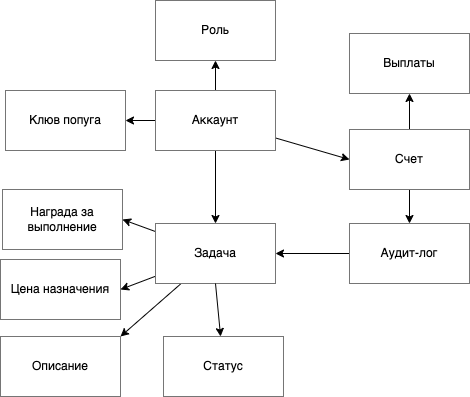
Earlier version of the draw.io export docs/data_model/diagram.png (novoseltcev/async-course). Source tidied: cells renumbered, new cells last; positions are measured from the earlier drawing's top-left corner, leaving out a move shared by most shapes.
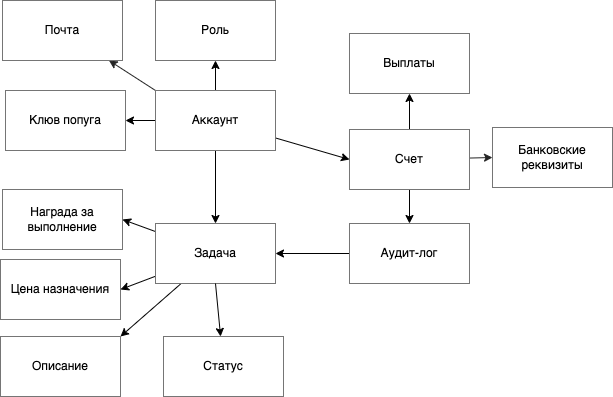
The same diagram one commit later.

Diff of the diagram source:
```diff
@@ -14,6 +14,9 @@
     <mxCell id="5" style="edgeStyle=none;html=1;entryX=0;entryY=0.5;entryDx=0;entryDy=0;strokeColor=#000000;fontColor=#000000;fillColor=#000000;" parent="1" edge="1" source="6" target="17">
       <mxGeometry relative="1" as="geometry" />
     </mxCell>
+    <mxCell id="24" style="edgeStyle=none;html=1;exitX=0;exitY=0;exitDx=0;exitDy=0;strokeColor=#242424;" parent="1" edge="1" source="6" target="26">
+      <mxGeometry relative="1" as="geometry" />
+    </mxCell>
     <mxCell id="6" value="&lt;font color=&quot;#000000&quot;&gt;Аккаунт&lt;br&gt;&lt;/font&gt;" style="rounded=0;whiteSpace=wrap;html=1;strokeColor=#757575;fillColor=#FFFFFF;" parent="1" vertex="1">
       <mxGeometry x="155" y="90" width="120" height="60" as="geometry" />
     </mxCell>
@@ -47,6 +50,9 @@
     <mxCell id="16" style="edgeStyle=none;html=1;entryX=0.5;entryY=0;entryDx=0;entryDy=0;strokeColor=#000000;fontColor=#000000;fillColor=#000000;" parent="1" edge="1" source="17" target="20">
       <mxGeometry relative="1" as="geometry" />
     </mxCell>
+    <mxCell id="25" style="edgeStyle=none;html=1;entryX=0;entryY=0.5;entryDx=0;entryDy=0;strokeColor=#242424;" parent="1" edge="1" source="17" target="27">
+      <mxGeometry relative="1" as="geometry" />
+    </mxCell>
     <mxCell id="17" value="&lt;font color=&quot;#000000&quot;&gt;Счет&lt;br&gt;&lt;/font&gt;" style="rounded=0;whiteSpace=wrap;html=1;strokeColor=#757575;fillColor=#FFFFFF;" parent="1" vertex="1">
       <mxGeometry x="349" y="129" width="120" height="60" as="geometry" />
     </mxCell>
@@ -68,5 +74,11 @@
     <mxCell id="23" value="&lt;font color=&quot;#000000&quot;&gt;Описание&lt;br&gt;&lt;/font&gt;" style="rounded=0;whiteSpace=wrap;html=1;strokeColor=#757575;fillColor=#FFFFFF;" parent="1" vertex="1">
       <mxGeometry y="336" width="120" height="60" as="geometry" />
     </mxCell>
+    <mxCell id="26" value="&lt;font color=&quot;#000000&quot;&gt;Почта&lt;br&gt;&lt;/font&gt;" style="rounded=0;whiteSpace=wrap;html=1;strokeColor=#757575;fillColor=#FFFFFF;" parent="1" vertex="1">
+      <mxGeometry x="2" width="120" height="60" as="geometry" />
+    </mxCell>
+    <mxCell id="27" value="&lt;font color=&quot;#000000&quot;&gt;Банковские реквизиты&lt;br&gt;&lt;/font&gt;" style="rounded=0;whiteSpace=wrap;html=1;strokeColor=#757575;fillColor=#FFFFFF;" parent="1" vertex="1">
+      <mxGeometry x="492" y="127" width="120" height="60" as="geometry" />
+    </mxCell>
   </root>
 </mxGraphModel>
```
